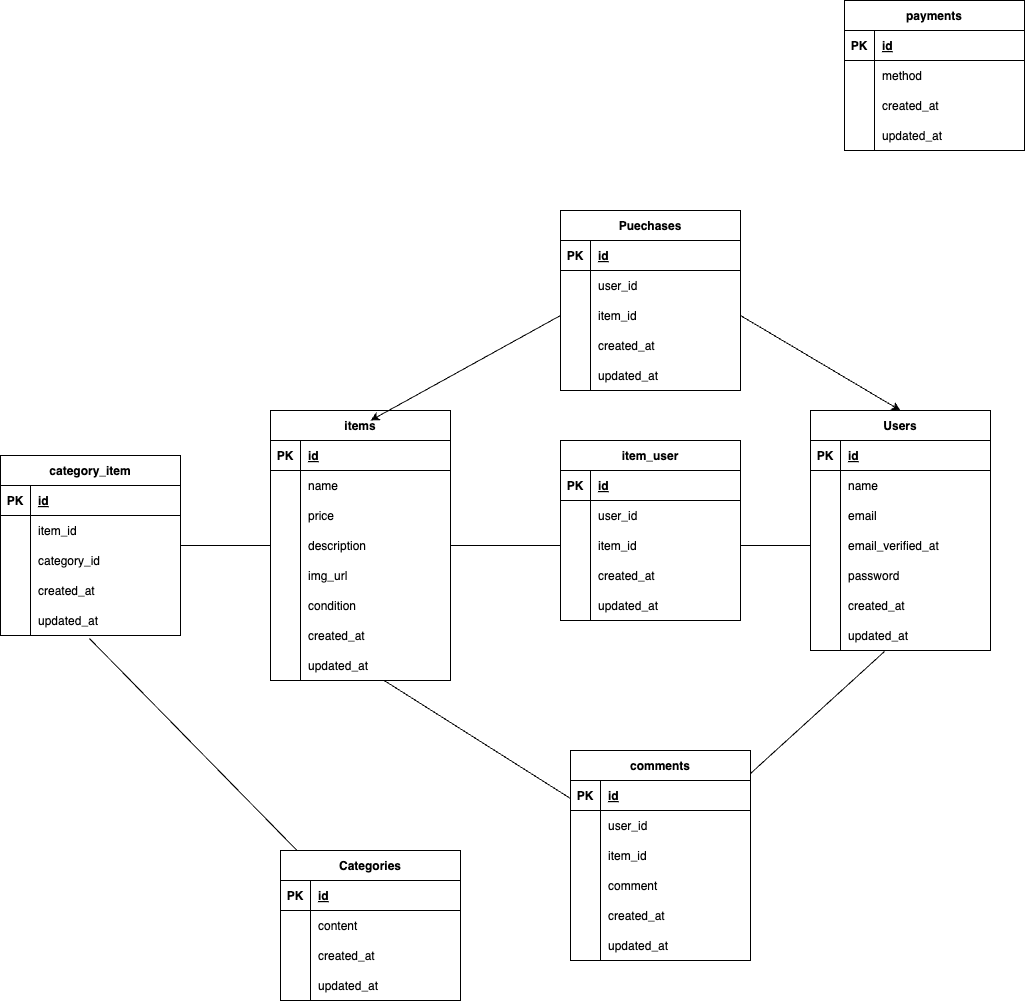
This is .drawio.png from hirata784/flea_market_app, a draw.io export, as it was before one commit. Source tidied: cells renumbered, new cells last; positions are measured from the earlier drawing's top-left corner, leaving out a move shared by most shapes.
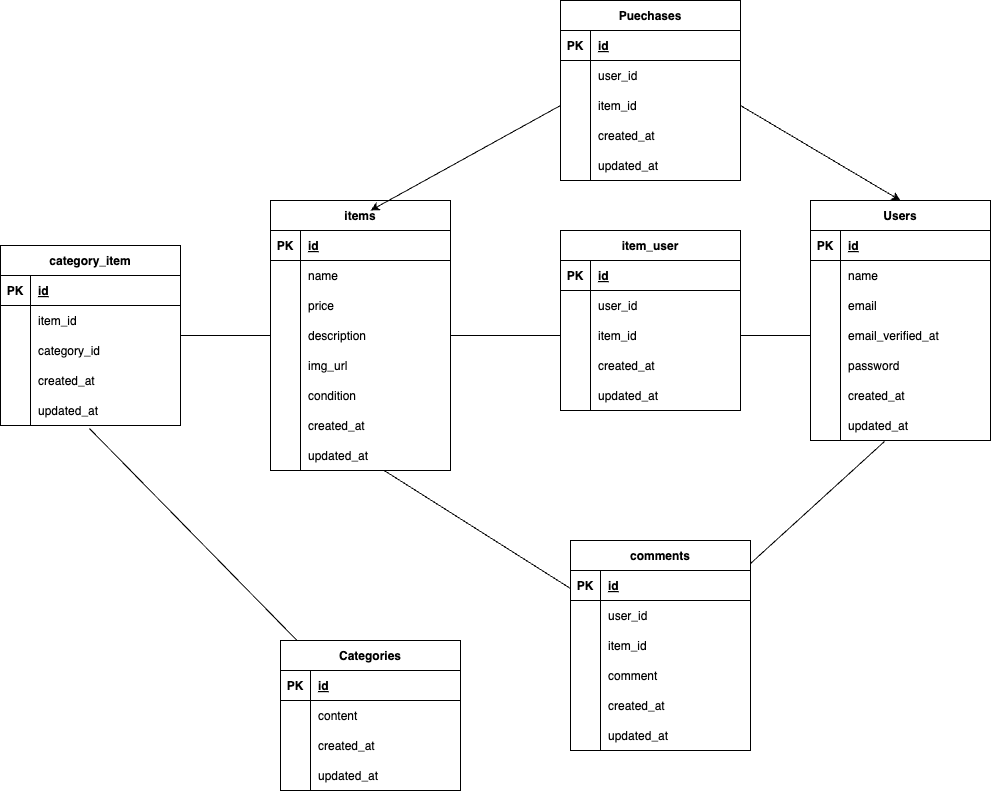
After the change.

Diff of the diagram source:
```diff
@@ -125,45 +125,6 @@
     <mxCell id="42" value="updated_at" style="shape=partialRectangle;fillColor=none;top=0;left=0;bottom=0;right=0;align=left;spacingLeft=6;overflow=hidden;" parent="40" vertex="1">
       <mxGeometry x="30" width="150" height="30" as="geometry" />
     </mxCell>
-    <mxCell id="43" value="payments" style="shape=table;startSize=30;rowLines=0;fontStyle=1;align=center;" parent="1" vertex="1">
-      <mxGeometry x="844" width="180" height="150" as="geometry" />
-    </mxCell>
-    <mxCell id="44" style="shape=tableRow;horizontal=0;startSize=0;swimlaneHead=0;swimlaneBody=0;fillColor=none;top=0;left=0;right=0;bottom=1;" parent="43" vertex="1">
-      <mxGeometry y="30" width="180" height="30" as="geometry" />
-    </mxCell>
-    <mxCell id="45" value="PK" style="shape=partialRectangle;fillColor=none;top=0;left=0;bottom=0;right=0;fontStyle=1;overflow=hidden;" parent="44" vertex="1">
-      <mxGeometry width="30" height="30" as="geometry" />
-    </mxCell>
-    <mxCell id="46" value="id" style="shape=partialRectangle;fillColor=none;top=0;left=0;bottom=0;right=0;align=left;spacingLeft=6;fontStyle=5;overflow=hidden;" parent="44" vertex="1">
-      <mxGeometry x="30" width="150" height="30" as="geometry" />
-    </mxCell>
-    <mxCell id="47" style="shape=tableRow;horizontal=0;startSize=0;swimlaneHead=0;swimlaneBody=0;fillColor=none;top=0;left=0;right=0;bottom=0;" parent="43" vertex="1">
-      <mxGeometry y="60" width="180" height="30" as="geometry" />
-    </mxCell>
-    <mxCell id="48" style="shape=partialRectangle;fillColor=none;top=0;left=0;bottom=0;right=0;overflow=hidden;" parent="47" vertex="1">
-      <mxGeometry width="30" height="30" as="geometry" />
-    </mxCell>
-    <mxCell id="49" value="method" style="shape=partialRectangle;fillColor=none;top=0;left=0;bottom=0;right=0;align=left;spacingLeft=6;overflow=hidden;" parent="47" vertex="1">
-      <mxGeometry x="30" width="150" height="30" as="geometry" />
-    </mxCell>
-    <mxCell id="50" style="shape=tableRow;horizontal=0;startSize=0;swimlaneHead=0;swimlaneBody=0;fillColor=none;top=0;left=0;right=0;bottom=0;" parent="43" vertex="1">
-      <mxGeometry y="90" width="180" height="30" as="geometry" />
-    </mxCell>
-    <mxCell id="51" style="shape=partialRectangle;fillColor=none;top=0;left=0;bottom=0;right=0;overflow=hidden;" parent="50" vertex="1">
-      <mxGeometry width="30" height="30" as="geometry" />
-    </mxCell>
-    <mxCell id="52" value="created_at" style="shape=partialRectangle;fillColor=none;top=0;left=0;bottom=0;right=0;align=left;spacingLeft=6;overflow=hidden;" parent="50" vertex="1">
-      <mxGeometry x="30" width="150" height="30" as="geometry" />
-    </mxCell>
-    <mxCell id="53" style="shape=tableRow;horizontal=0;startSize=0;swimlaneHead=0;swimlaneBody=0;fillColor=none;top=0;left=0;right=0;bottom=0;" parent="43" vertex="1">
-      <mxGeometry y="120" width="180" height="30" as="geometry" />
-    </mxCell>
-    <mxCell id="54" style="shape=partialRectangle;fillColor=none;top=0;left=0;bottom=0;right=0;overflow=hidden;" parent="53" vertex="1">
-      <mxGeometry width="30" height="30" as="geometry" />
-    </mxCell>
-    <mxCell id="55" value="updated_at" style="shape=partialRectangle;fillColor=none;top=0;left=0;bottom=0;right=0;align=left;spacingLeft=6;overflow=hidden;" parent="53" vertex="1">
-      <mxGeometry x="30" width="150" height="30" as="geometry" />
-    </mxCell>
     <mxCell id="56" style="edgeStyle=none;html=1;endArrow=none;endFill=0;" parent="1" edge="1" source="57" target="24">
       <mxGeometry relative="1" as="geometry" />
     </mxCell>
```
